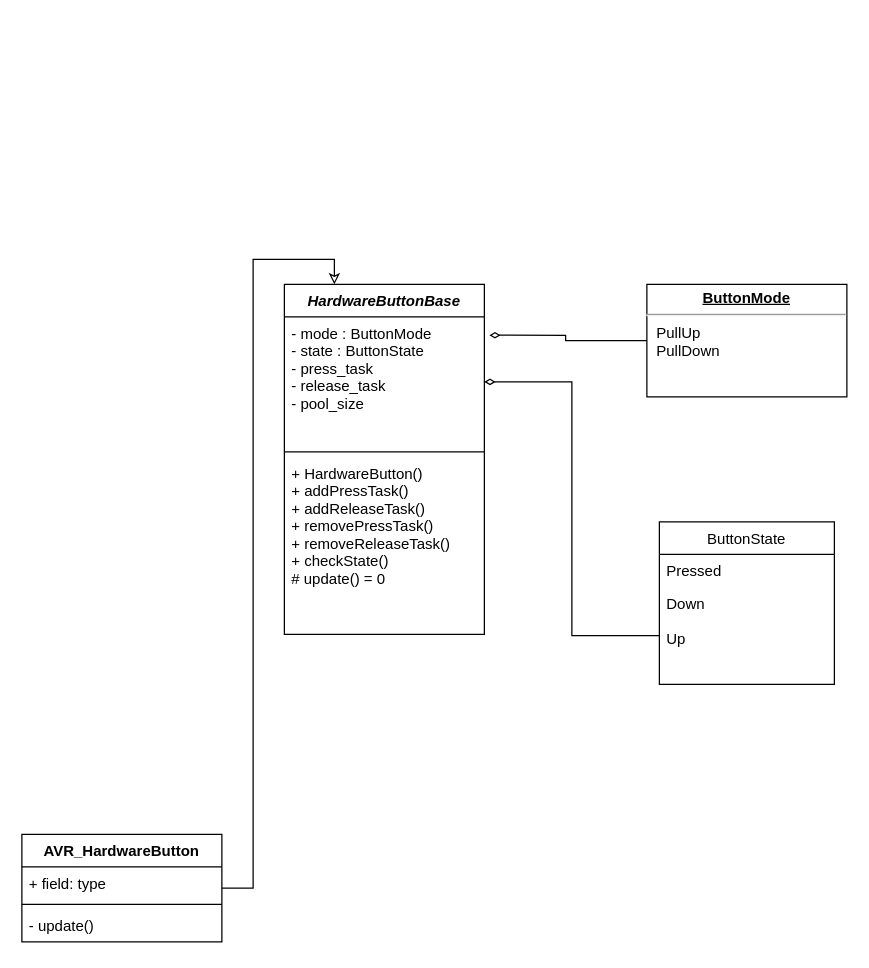
The draw.io diagram Dose/UML/Button.drawio in thethinkindustry/Dose, before the edit. Source tidied: cells renumbered, new cells numbered last; positions are measured from the earlier drawing's top-left corner, leaving out a move shared by most shapes. Both pictures are drawn from the tidied source at 125%, with x=0, y=0 at pixel (21, 284).
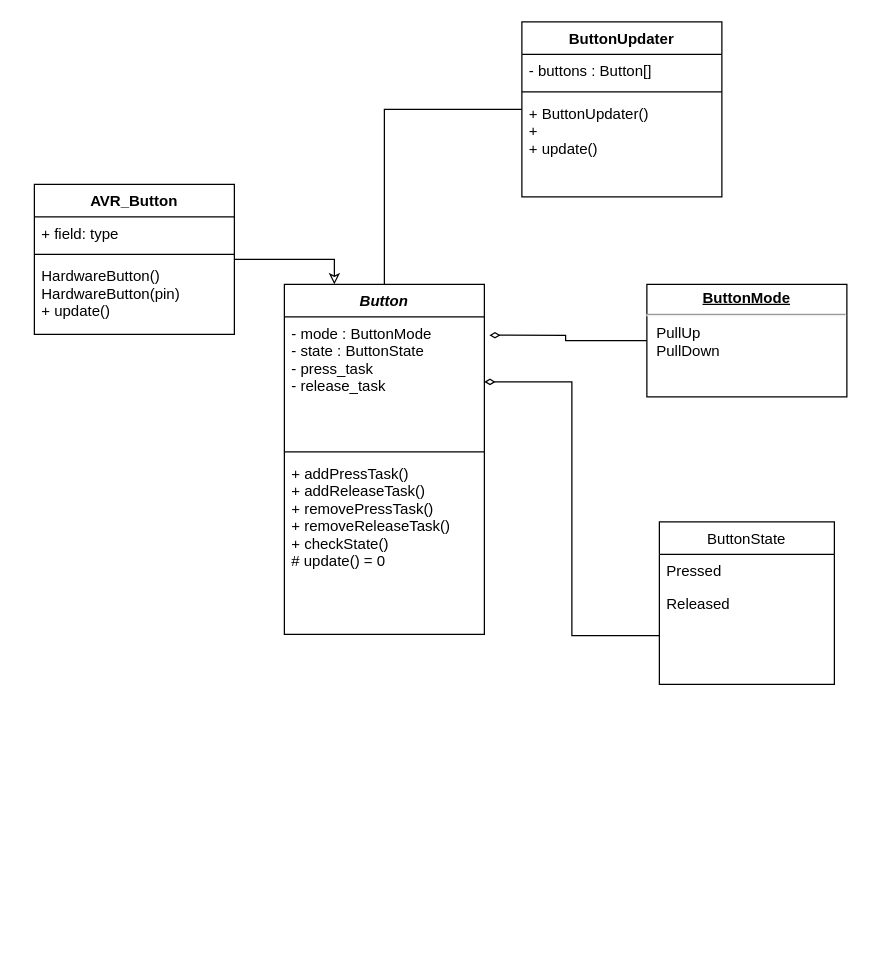
The same diagram, later.

Unchanged cells that the change refers to:
```xml
<mxCell id="8" value="ButtonState" style="swimlane;fontStyle=0;horizontal=1;startSize=26;fillColor=none;" parent="1" vertex="1">
  <mxGeometry x="510" y="190" width="140" height="130" as="geometry" />
</mxCell>
```

Change to the diagram source:
```diff
@@
+    <mxCell id="17" style="edgeStyle=orthogonalEdgeStyle;rounded=0;jettySize=auto;html=1;exitX=0.5;exitY=0;exitDx=0;exitDy=0;entryX=0;entryY=0.5;entryDx=0;entryDy=0;endArrow=none;endFill=0;" parent="1" edge="1" source="4" target="18">
+      <mxGeometry relative="1" as="geometry" />
+    </mxCell>
-    <mxCell id="4" value="HardwareButtonBase" style="swimlane;fontStyle=3;align=center;verticalAlign=top;horizontal=1;startSize=26;" parent="1" vertex="1">
+    <mxCell id="4" value="Button&#10;" style="swimlane;fontStyle=3;align=center;verticalAlign=top;horizontal=1;startSize=26;" parent="1" vertex="1">
       <mxGeometry x="210" width="160" height="280" as="geometry" />
     </mxCell>
-    <mxCell id="5" value="- mode : ButtonMode&#10;- state : ButtonState&#10;- press_task&#10;- release_task&#10;- pool_size" style="text;strokeColor=none;fillColor=none;align=left;verticalAlign=top;spacingLeft=4;spacingRight=4;overflow=hidden;points=[[0,0.5],[1,0.5]];portConstraint=eastwest;" parent="4" vertex="1">
+    <mxCell id="5" value="- mode : ButtonMode&#10;- state : ButtonState&#10;- press_task&#10;- release_task" style="text;strokeColor=none;fillColor=none;align=left;verticalAlign=top;spacingLeft=4;spacingRight=4;overflow=hidden;points=[[0,0.5],[1,0.5]];portConstraint=eastwest;" parent="4" vertex="1">
       <mxGeometry y="26" width="160" height="104" as="geometry" />
     </mxCell>
@@
-    <mxCell id="7" value="+ HardwareButton()&#10;+ addPressTask()&#10;+ addReleaseTask()&#10;+ removePressTask()&#10;+ removeReleaseTask() &#10;+ checkState()&#10;# update() = 0" style="text;strokeColor=none;fillColor=none;align=left;verticalAlign=top;spacingLeft=4;spacingRight=4;overflow=hidden;fontStyle=0;" parent="4" vertex="1">
+    <mxCell id="7" value="+ addPressTask()&#10;+ addReleaseTask()&#10;+ removePressTask()&#10;+ removeReleaseTask() &#10;+ checkState()&#10;# update() = 0" style="text;strokeColor=none;fillColor=none;align=left;verticalAlign=top;spacingLeft=4;spacingRight=4;overflow=hidden;fontStyle=0;" parent="4" vertex="1">
       <mxGeometry y="138" width="160" height="142" as="geometry" />
     </mxCell>
@@
-    <mxCell id="10" value="Down&#10;&#10;Up" style="text;strokeColor=none;fillColor=none;align=left;verticalAlign=top;spacingLeft=4;spacingRight=4;overflow=hidden;points=[[0,0.5],[1,0.5]];portConstraint=eastwest;" parent="8" vertex="1">
+    <mxCell id="10" value="Released" style="text;strokeColor=none;fillColor=none;align=left;verticalAlign=top;spacingLeft=4;spacingRight=4;overflow=hidden;points=[[0,0.5],[1,0.5]];portConstraint=eastwest;" parent="8" vertex="1">
       <mxGeometry y="52" width="140" height="78" as="geometry" />
     </mxCell>
@@
-    <mxCell id="13" value="AVR_HardwareButton" style="swimlane;fontStyle=1;align=center;verticalAlign=top;horizontal=1;startSize=26;" parent="1" vertex="1">
-      <mxGeometry y="440" width="160" height="86" as="geometry" />
+    <mxCell id="13" value="AVR_Button" style="swimlane;fontStyle=1;align=center;verticalAlign=top;horizontal=1;startSize=26;" parent="1" vertex="1">
+      <mxGeometry x="10" y="-80" width="160" height="120" as="geometry" />
     </mxCell>
@@
-    <mxCell id="16" value="- update()" style="text;strokeColor=none;fillColor=none;align=left;verticalAlign=top;spacingLeft=4;spacingRight=4;overflow=hidden;" parent="13" vertex="1">
-      <mxGeometry y="60" width="160" height="26" as="geometry" />
+    <mxCell id="16" value="HardwareButton()&#10;HardwareButton(pin)&#10;+ update()&#10;" style="text;strokeColor=none;fillColor=none;align=left;verticalAlign=top;spacingLeft=4;spacingRight=4;overflow=hidden;" parent="13" vertex="1">
+      <mxGeometry y="60" width="160" height="60" as="geometry" />
     </mxCell>
+    <mxCell id="18" value="ButtonUpdater" style="swimlane;fontStyle=1;align=center;verticalAlign=top;horizontal=1;startSize=26;" parent="1" vertex="1">
+      <mxGeometry x="400" y="-210" width="160" height="140" as="geometry" />
+    </mxCell>
+    <mxCell id="19" value="- buttons : Button[]" style="text;strokeColor=none;fillColor=none;align=left;verticalAlign=top;spacingLeft=4;spacingRight=4;overflow=hidden;" parent="18" vertex="1">
+      <mxGeometry y="26" width="160" height="26" as="geometry" />
+    </mxCell>
+    <mxCell id="20" style="line;strokeWidth=1;fillColor=none;align=left;verticalAlign=middle;spacingTop=-1;spacingLeft=3;spacingRight=3;labelPosition=right;" parent="18" vertex="1">
+      <mxGeometry y="52" width="160" height="8" as="geometry" />
+    </mxCell>
+    <mxCell id="21" value="+ ButtonUpdater()&#10;+&#10;+ update()" style="text;strokeColor=none;fillColor=none;align=left;verticalAlign=top;spacingLeft=4;spacingRight=4;overflow=hidden;" parent="18" vertex="1">
+      <mxGeometry y="60" width="160" height="80" as="geometry" />
+    </mxCell>
```
